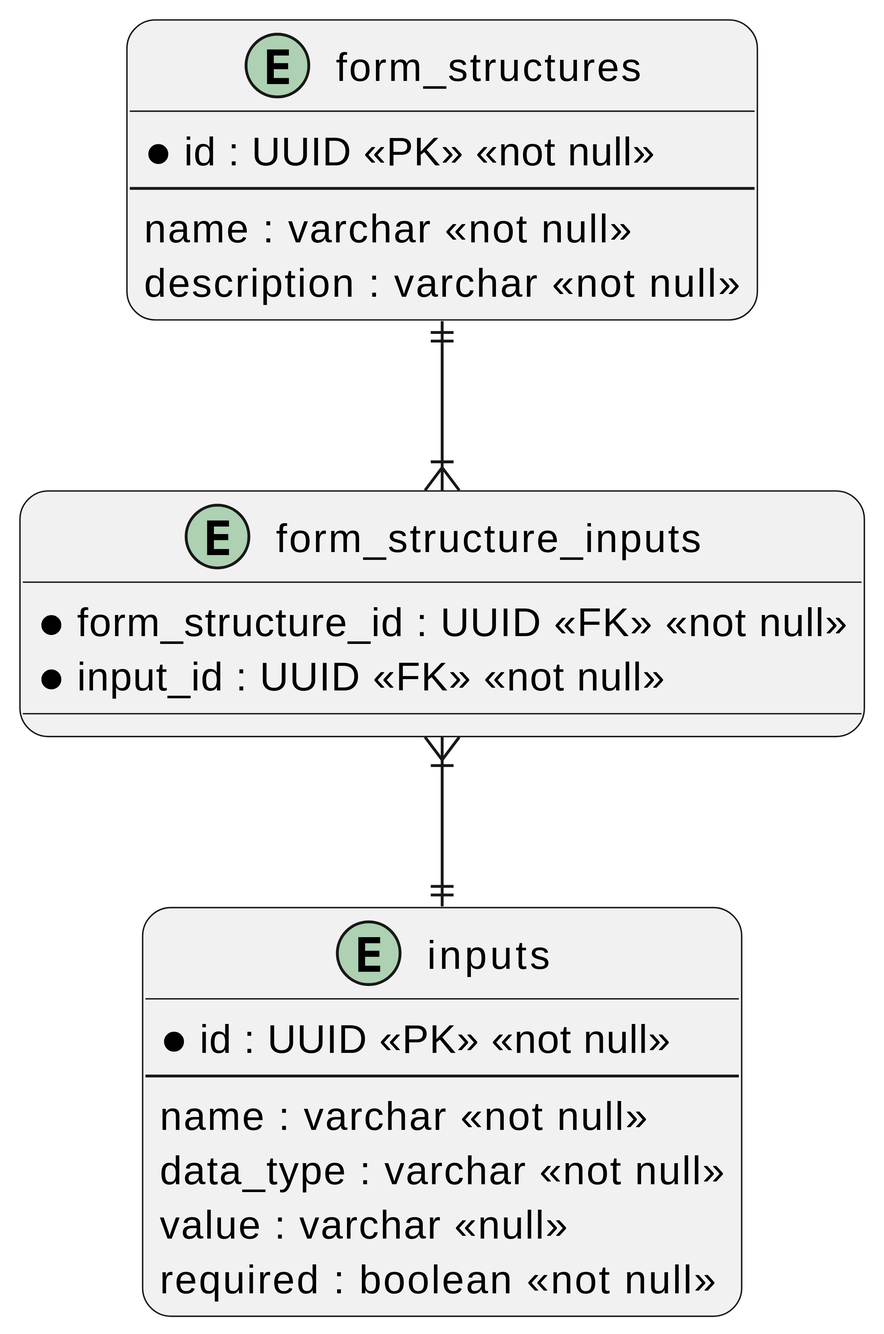
This is images/3-design/erd.svg from vfred0/form-builder-requirements, a PlantUML export, as it was before one commit.
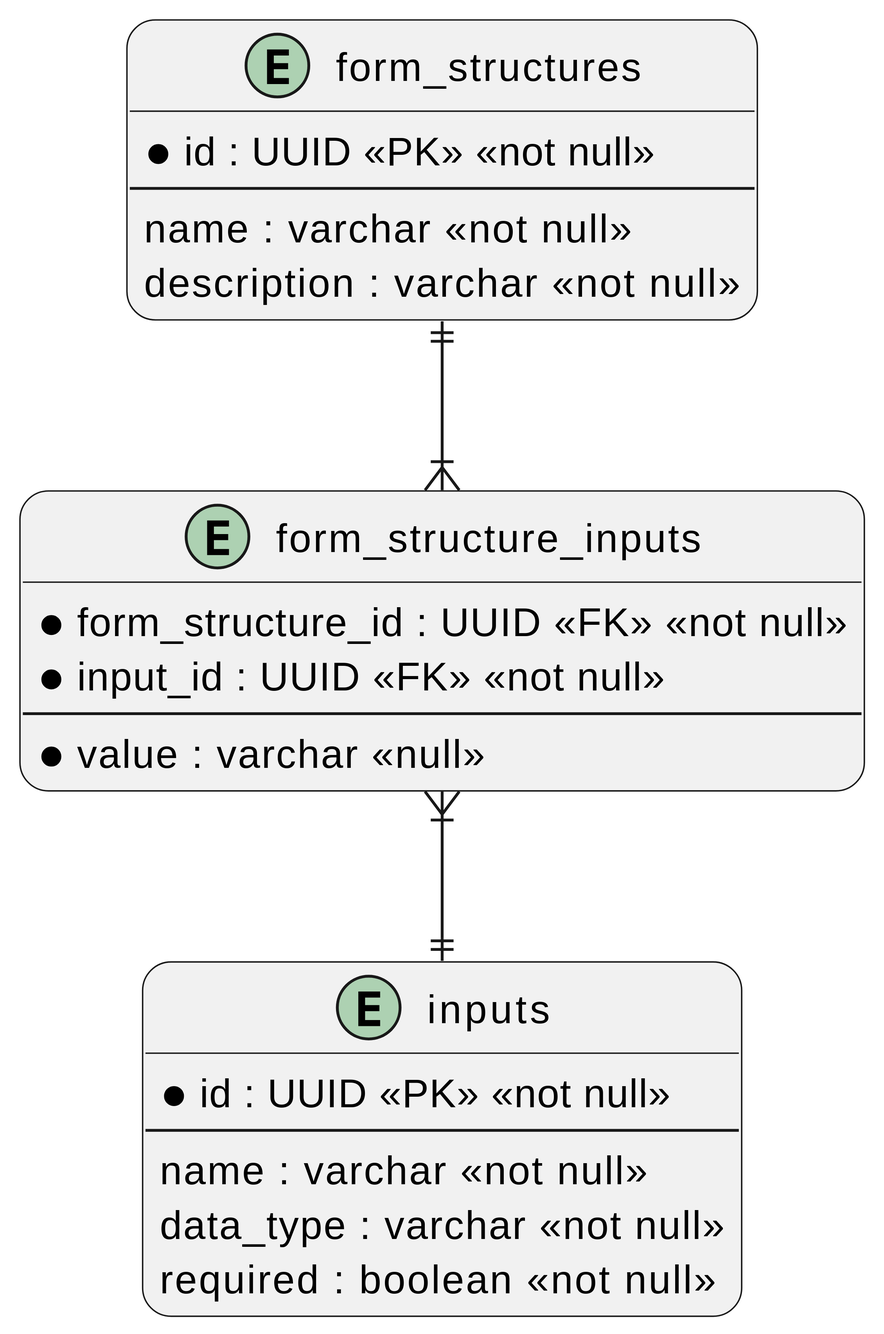
After the commit.

Change to the diagram source:
```diff
@@ -14,13 +14,14 @@
     --
     name : varchar <<not null>>
     data_type : varchar <<not null>>
-    value : varchar <<null>>
     required : boolean <<not null>>
 }
 
 entity form_structure_inputs {
     *form_structure_id : UUID <<FK>> <<not null>>
     *input_id : UUID <<FK>> <<not null>>
+    --
+    *value : varchar <<null>>
 }
 
 form_structures ||--|{ form_structure_inputs
```
